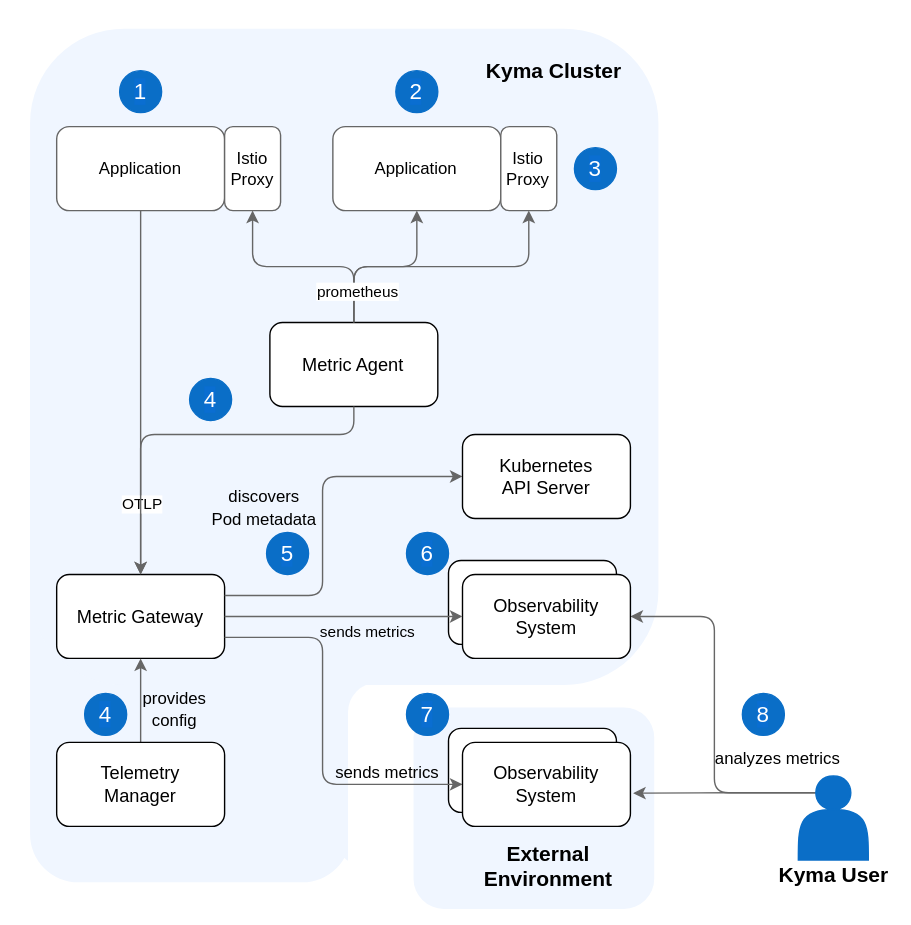
Above: docs/user/assets/metrics-arch.drawio.svg in kyma-project/telemetry-manager (draw.io), before the change. Source tidied: cells renumbered, new cells last; positions are measured from the earlier drawing's top-left corner, leaving out a move shared by most shapes.
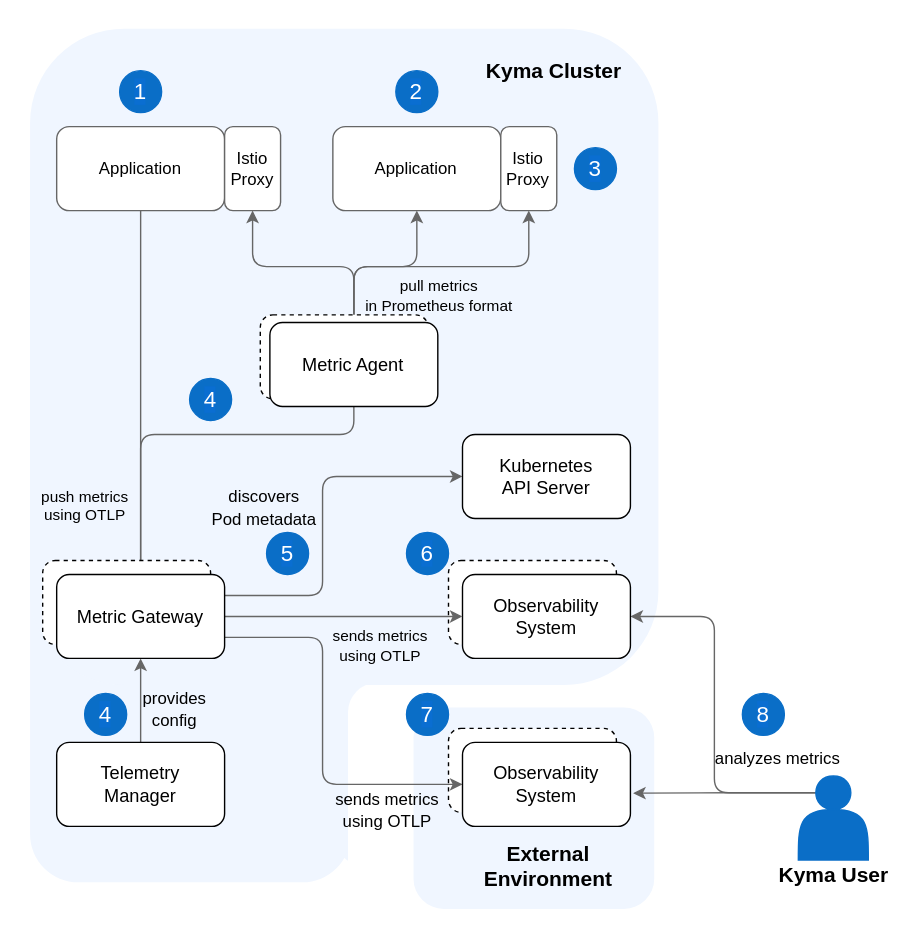
The same file after the commit.

The edit, as a diff of the source:
```diff
@@ -17,9 +17,6 @@
     <mxCell id="6" style="rounded=1;whiteSpace=wrap;html=1;strokeColor=none;fillColor=#F0F6FF;" parent="1" vertex="1">
       <mxGeometry x="21" y="20" width="449" height="469" as="geometry" />
     </mxCell>
-    <mxCell id="7" value="Metric Gateway" style="rounded=1;whiteSpace=wrap;html=1;fontSize=13;" parent="1" vertex="1">
-      <mxGeometry x="40" y="410" width="120" height="60" as="geometry" />
-    </mxCell>
     <mxCell id="8" style="edgeStyle=orthogonalEdgeStyle;rounded=1;jettySize=auto;html=1;startArrow=none;startFill=0;endArrow=classic;endFill=1;exitX=1;exitY=0.25;exitDx=0;exitDy=0;strokeColor=#666666;entryX=0;entryY=0.5;entryDx=0;entryDy=0;" parent="1" edge="1" source="7" target="12">
       <mxGeometry relative="1" as="geometry">
         <Array as="points">
@@ -56,7 +53,7 @@
     <mxCell id="16" style="rounded=1;whiteSpace=wrap;html=1;strokeColor=none;fillColor=#F0F6FF;" parent="1" vertex="1">
       <mxGeometry x="295" y="505" width="172" height="144" as="geometry" />
     </mxCell>
-    <mxCell id="17" value="Observability&lt;br&gt;System" style="rounded=1;whiteSpace=wrap;html=1;fontSize=13;" parent="1" vertex="1">
+    <mxCell id="17" value="Observability&lt;br&gt;System" style="rounded=1;whiteSpace=wrap;html=1;fontSize=13;dashed=1;" parent="1" vertex="1">
       <mxGeometry x="320" y="520" width="120" height="60" as="geometry" />
     </mxCell>
     <mxCell id="18" style="edgeStyle=orthogonalEdgeStyle;rounded=1;jettySize=auto;html=1;strokeColor=#666666;entryX=1.016;entryY=0.605;entryDx=0;entryDy=0;exitX=0.25;exitY=0.2;exitDx=0;exitDy=0;exitPerimeter=0;entryPerimeter=0;" parent="1" edge="1" source="39" target="26">
@@ -79,9 +76,9 @@
         </Array>
       </mxGeometry>
     </mxCell>
-    <mxCell id="23" value="&lt;span style=&quot;font-size: 12px&quot;&gt;sends metrics&lt;/span&gt;&lt;span style=&quot;font-size: 12px&quot;&gt;&amp;nbsp;&lt;/span&gt;" style="text;html=1;align=center;verticalAlign=middle;labelBackgroundColor=none;fontSize=13;" parent="22" vertex="1">
+    <mxCell id="23" value="&lt;span style=&quot;font-size: 12px&quot;&gt;sends metrics&lt;/span&gt;&lt;span style=&quot;font-size: 12px&quot;&gt;&amp;nbsp;&lt;br&gt;using OTLP&lt;br&gt;&lt;/span&gt;" style="text;html=1;align=center;verticalAlign=middle;labelBackgroundColor=none;fontSize=13;" parent="22" vertex="1">
       <mxGeometry x="-0.24" y="2" relative="1" as="geometry">
-        <mxPoint x="43" y="60" as="offset" />
+        <mxPoint x="43" y="87" as="offset" />
       </mxGeometry>
     </mxCell>
     <mxCell id="24" style="edgeStyle=orthogonalEdgeStyle;rounded=1;jettySize=auto;html=1;startArrow=none;startFill=0;endArrow=classic;endFill=1;exitX=0.25;exitY=0.2;exitDx=0;exitDy=0;strokeColor=#666666;entryX=1;entryY=0.5;entryDx=0;entryDy=0;exitPerimeter=0;" parent="1" edge="1" source="39" target="28">
@@ -100,7 +97,7 @@
     <mxCell id="26" value="Observability&lt;br&gt;System" style="rounded=1;whiteSpace=wrap;html=1;fontSize=13;" parent="1" vertex="1">
       <mxGeometry x="330" y="530" width="120" height="60" as="geometry" />
     </mxCell>
-    <mxCell id="27" value="Observability&lt;br&gt;System" style="rounded=1;whiteSpace=wrap;html=1;fontSize=13;" parent="1" vertex="1">
+    <mxCell id="27" value="Observability&lt;br&gt;System" style="rounded=1;whiteSpace=wrap;html=1;fontSize=13;dashed=1;" parent="1" vertex="1">
       <mxGeometry x="320" y="400" width="120" height="60" as="geometry" />
     </mxCell>
     <mxCell id="28" value="Observability&lt;br&gt;System" style="rounded=1;whiteSpace=wrap;html=1;fontSize=13;" parent="1" vertex="1">
@@ -122,9 +119,9 @@
         </Array>
       </mxGeometry>
     </mxCell>
-    <mxCell id="31" value="OTLP" style="edgeLabel;html=1;align=center;verticalAlign=middle;" parent="30" vertex="1">
+    <mxCell id="31" value="push metrics&#10;using OTLP" style="edgeLabel;align=center;verticalAlign=middle;labelBackgroundColor=none;" parent="30" vertex="1">
       <mxGeometry x="-0.13" y="1" relative="1" as="geometry">
-        <mxPoint x="-1" y="96" as="offset" />
+        <mxPoint x="-41" y="97" as="offset" />
       </mxGeometry>
     </mxCell>
     <mxCell id="32" value="&lt;font style=&quot;font-size: 16px&quot;&gt;1&lt;/font&gt;" style="ellipse;whiteSpace=wrap;html=1;labelBackgroundColor=#0A6ED1;fontColor=#FFFFFF;fillColor=#0A6EC7;strokeColor=#0A6EC7;" parent="1" vertex="1">
@@ -142,9 +139,9 @@
     <mxCell id="36" style="edgeStyle=orthogonalEdgeStyle;rounded=1;jettySize=auto;html=1;startArrow=none;startFill=0;endArrow=classic;endFill=1;strokeColor=#666666;exitX=1;exitY=0.5;exitDx=0;exitDy=0;entryX=0;entryY=0.5;entryDx=0;entryDy=0;" parent="1" edge="1" source="7" target="28">
       <mxGeometry relative="1" as="geometry" />
     </mxCell>
-    <mxCell id="37" value="sends metrics" style="edgeLabel;html=1;align=center;verticalAlign=middle;labelBackgroundColor=none;" parent="36" vertex="1">
+    <mxCell id="37" value="sends metrics&lt;br&gt;using OTLP" style="edgeLabel;html=1;align=center;verticalAlign=middle;labelBackgroundColor=none;" parent="36" vertex="1">
       <mxGeometry x="0.11" y="-2" relative="1" as="geometry">
-        <mxPoint x="6" y="8" as="offset" />
+        <mxPoint x="15" y="18" as="offset" />
       </mxGeometry>
     </mxCell>
     <mxCell id="38" style="group;" parent="1" vertex="1">
@@ -168,9 +165,6 @@
     <mxCell id="44" value="Istio&lt;br&gt;Proxy" style="rounded=1;whiteSpace=wrap;html=1;fillColor=#ffffff;gradientColor=none;strokeColor=#666666;" parent="1" vertex="1">
       <mxGeometry x="357.4" y="90" width="40" height="60" as="geometry" />
     </mxCell>
-    <mxCell id="45" value="Metric Agent" style="rounded=1;whiteSpace=wrap;html=1;fontSize=13;" parent="1" vertex="1">
-      <mxGeometry x="192.4" y="230" width="120" height="60" as="geometry" />
-    </mxCell>
     <mxCell id="46" style="edgeStyle=orthogonalEdgeStyle;rounded=1;jettySize=auto;html=1;startArrow=none;startFill=0;endArrow=classic;endFill=1;strokeColor=#666666;entryX=0.5;entryY=1;entryDx=0;entryDy=0;exitX=0.5;exitY=0;exitDx=0;exitDy=0;" parent="1" edge="1" source="45" target="43">
       <mxGeometry relative="1" as="geometry">
         <Array as="points">
@@ -187,9 +181,6 @@
         </Array>
       </mxGeometry>
     </mxCell>
-    <mxCell id="48" value="prometheus" style="edgeLabel;html=1;align=center;verticalAlign=middle;" parent="47" vertex="1">
-      <mxGeometry x="-0.78" y="-2" relative="1" as="geometry" />
-    </mxCell>
     <mxCell id="49" style="edgeStyle=orthogonalEdgeStyle;rounded=1;jettySize=auto;html=1;startArrow=none;startFill=0;endArrow=classic;endFill=1;strokeColor=#666666;entryX=0.5;entryY=0;entryDx=0;entryDy=0;exitX=0.5;exitY=1;exitDx=0;exitDy=0;" parent="1" edge="1" source="45" target="7">
       <mxGeometry relative="1" as="geometry">
         <Array as="points">
@@ -204,5 +195,20 @@
     <mxCell id="51" value="&lt;font style=&quot;font-size: 16px&quot;&gt;3&lt;/font&gt;" style="ellipse;whiteSpace=wrap;html=1;labelBackgroundColor=#0A6ED1;fontColor=#FFFFFF;fillColor=#0A6EC7;strokeColor=#0A6EC7;" parent="1" vertex="1">
       <mxGeometry x="410" y="105" width="30" height="30" as="geometry" />
     </mxCell>
+    <mxCell id="52" value="&lt;span style=&quot;border-color: var(--border-color);&quot;&gt;pull metrics&lt;/span&gt;&lt;br style=&quot;border-color: var(--border-color);&quot;&gt;&lt;span style=&quot;border-color: var(--border-color);&quot;&gt;in Prometheus format&lt;/span&gt;" style="edgeLabel;html=1;align=center;verticalAlign=middle;labelBackgroundColor=none;" parent="1" vertex="1">
+      <mxGeometry x="312.4" y="210" as="geometry" />
+    </mxCell>
+    <mxCell id="53" style="rounded=1;whiteSpace=wrap;html=1;fontSize=13;dashed=1;" parent="1" vertex="1">
+      <mxGeometry x="30" y="400" width="120" height="60" as="geometry" />
+    </mxCell>
+    <mxCell id="7" value="Metric Gateway" style="rounded=1;whiteSpace=wrap;html=1;fontSize=13;" parent="1" vertex="1">
+      <mxGeometry x="40" y="410" width="120" height="60" as="geometry" />
+    </mxCell>
+    <mxCell id="54" style="rounded=1;whiteSpace=wrap;html=1;fontSize=13;dashed=1;" parent="1" vertex="1">
+      <mxGeometry x="185.5" y="224.5" width="120" height="60" as="geometry" />
+    </mxCell>
+    <mxCell id="45" value="Metric Agent" style="rounded=1;whiteSpace=wrap;html=1;fontSize=13;" parent="1" vertex="1">
+      <mxGeometry x="192.4" y="230" width="120" height="60" as="geometry" />
+    </mxCell>
   </root>
 </mxGraphModel>
```
